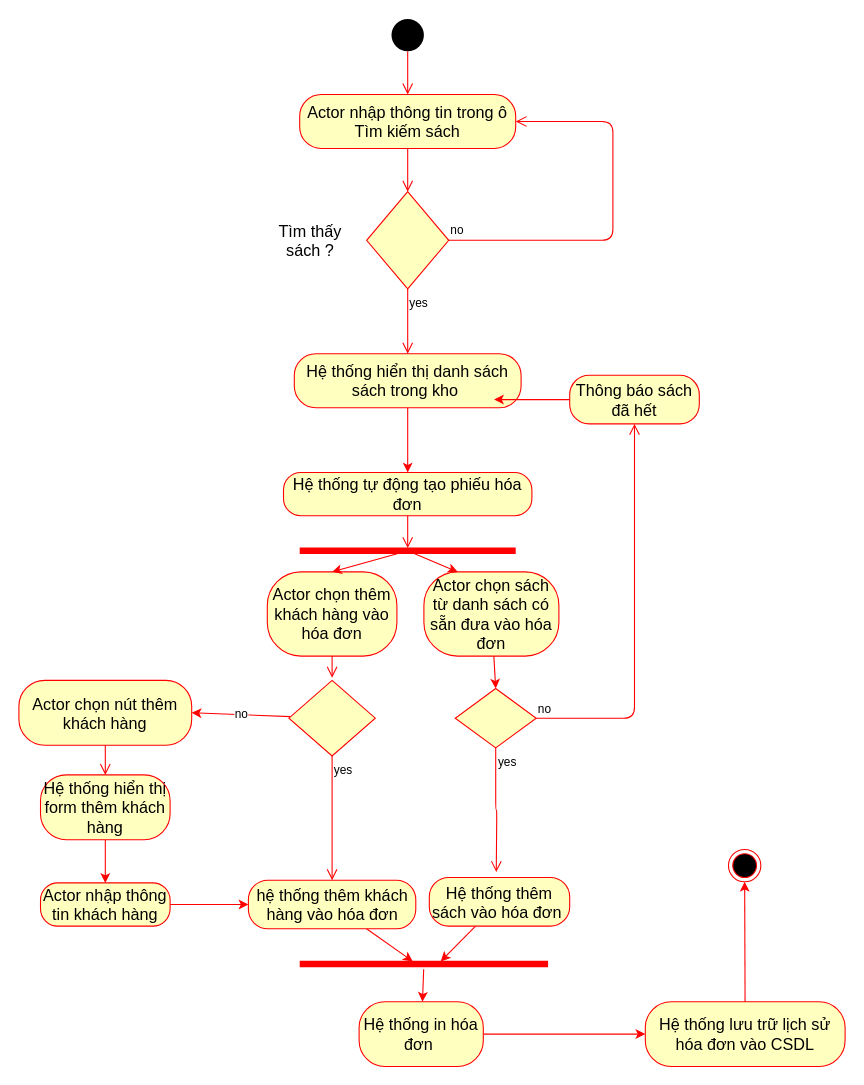
This is quản lý bán sách - chức năng Bán hàng.drawio from hoangtan123vn/congnghephanmem3, a draw.io file, before an edit. Source tidied: cells renumbered, new cells numbered last; positions are measured from the earlier drawing's top-left corner, leaving out a move shared by most shapes. Both pictures are drawn from the tidied source at 108%, with x=0, y=0 at pixel (18, 18).
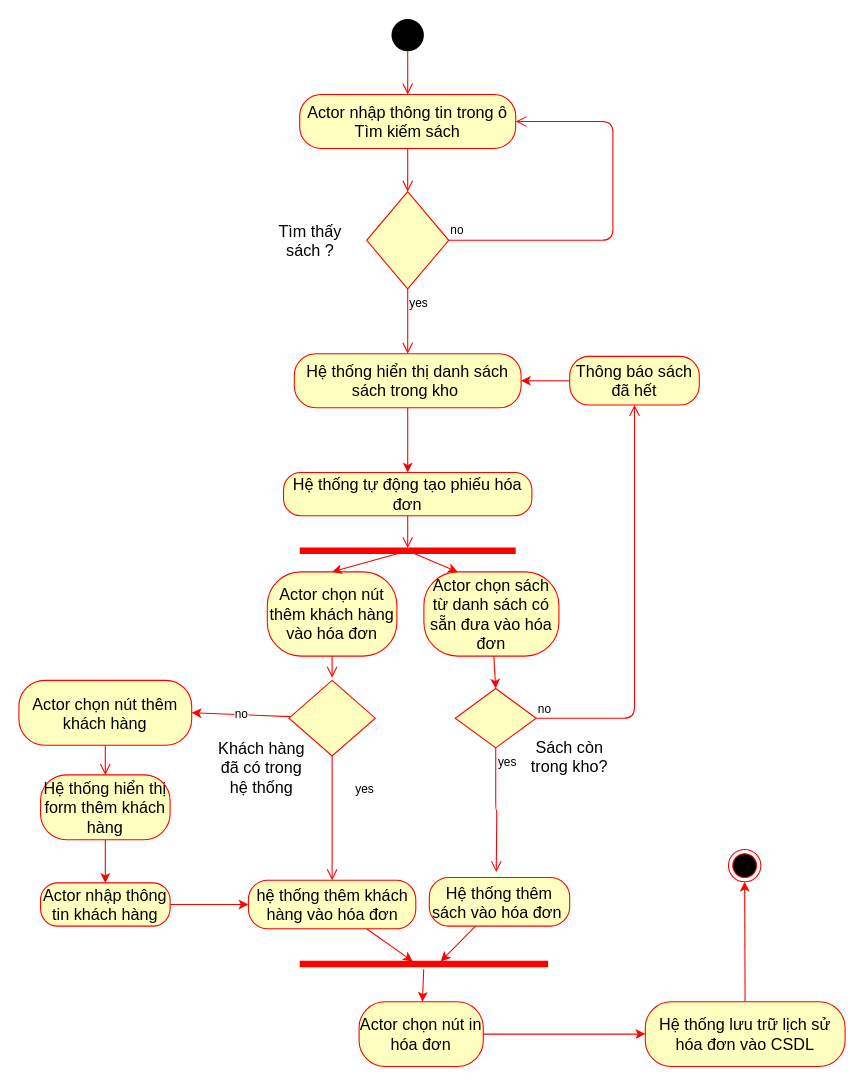
Above is the later version.

Unchanged cells that the change refers to:
```xml
<mxCell id="7" value="&lt;font style=&quot;font-size: 15px&quot;&gt;Hệ thống hiển thị danh sách sách trong kho&amp;nbsp;&lt;/font&gt;" style="rounded=1;whiteSpace=wrap;html=1;arcSize=40;fontColor=#000000;fillColor=#ffffc0;strokeColor=#ff0000;" parent="1" vertex="1">
  <mxGeometry x="255" y="310" width="210" height="50" as="geometry" />
</mxCell>
<mxCell id="26" style="rhombus;whiteSpace=wrap;html=1;fillColor=#ffffc0;strokeColor=#ff0000;" parent="1" vertex="1">
  <mxGeometry x="250" y="612.5" width="80" height="70" as="geometry" />
</mxCell>
<mxCell id="43" value="hệ thống thêm khách hàng vào hóa đơn" style="rounded=1;whiteSpace=wrap;html=1;arcSize=40;fontColor=#000000;fillColor=#ffffc0;strokeColor=#ff0000;fontSize=15;" parent="1" vertex="1">
  <mxGeometry x="212.5" y="797.5" width="155" height="45" as="geometry" />
</mxCell>
```

What changed in the source:
```diff
@@
-    <mxCell id="18" style="edgeStyle=orthogonalEdgeStyle;rounded=1;jettySize=auto;html=1;strokeColor=#FF0000;" parent="1" edge="1" source="19">
-      <mxGeometry relative="1" as="geometry">
-        <mxPoint x="440" y="352.5" as="targetPoint" />
-      </mxGeometry>
+    <mxCell id="18" style="edgeStyle=orthogonalEdgeStyle;rounded=1;jettySize=auto;html=1;strokeColor=#FF0000;entryX=1;entryY=0.5;entryDx=0;entryDy=0;" parent="1" edge="1" source="19" target="7">
+      <mxGeometry relative="1" as="geometry" />
     </mxCell>
     <mxCell id="19" value="Thông báo sách đã hết" style="rounded=1;whiteSpace=wrap;html=1;arcSize=40;fontColor=#000000;fillColor=#ffffc0;strokeColor=#ff0000;fontSize=15;" parent="1" vertex="1">
-      <mxGeometry x="510" y="330" width="120" height="45" as="geometry" />
+      <mxGeometry x="510" y="312.5" width="120" height="45" as="geometry" />
     </mxCell>
@@
-    <mxCell id="22" value="Actor chọn thêm khách hàng vào hóa đơn" style="rounded=1;whiteSpace=wrap;html=1;arcSize=40;fontColor=#000000;fillColor=#ffffc0;strokeColor=#ff0000;fontSize=15;" parent="1" vertex="1">
+    <mxCell id="22" value="Actor chọn nút thêm khách hàng vào hóa đơn" style="rounded=1;whiteSpace=wrap;html=1;arcSize=40;fontColor=#000000;fillColor=#ffffc0;strokeColor=#ff0000;fontSize=15;" parent="1" vertex="1">
       <mxGeometry x="230" y="512" width="120" height="78" as="geometry" />
     </mxCell>
@@
-    <mxCell id="38" value="Hệ thống in hóa đơn&amp;nbsp;" style="rounded=1;whiteSpace=wrap;html=1;arcSize=40;fontColor=#000000;fillColor=#ffffc0;strokeColor=#ff0000;fontSize=15;" parent="1" vertex="1">
+    <mxCell id="38" value="Actor chọn nút in hóa đơn" style="rounded=1;whiteSpace=wrap;html=1;arcSize=40;fontColor=#000000;fillColor=#ffffc0;strokeColor=#ff0000;fontSize=15;" parent="1" vertex="1">
       <mxGeometry x="315" y="910" width="115" height="60" as="geometry" />
     </mxCell>
@@
     <mxCell id="44" value="yes" style="edgeStyle=orthogonalEdgeStyle;html=1;align=left;verticalAlign=top;endArrow=open;endSize=8;strokeColor=#ff0000;" parent="1" edge="1" source="26" target="43">
-      <mxGeometry x="-1" relative="1" as="geometry">
+      <mxGeometry x="-0.7" y="20" relative="1" as="geometry">
         <Array as="points">
           <mxPoint x="290" y="740" />
           <mxPoint x="290" y="740" />
         </Array>
       </mxGeometry>
     </mxCell>
@@
+    <mxCell id="48" value="Sách còn trong kho?&lt;br&gt;" style="text;html=1;strokeColor=none;fillColor=none;align=center;verticalAlign=middle;whiteSpace=wrap;rounded=0;fontSize=15;" parent="1" vertex="1">
+      <mxGeometry x="465" y="672.5" width="90" height="20" as="geometry" />
+    </mxCell>
+    <mxCell id="49" value="Khách hàng đã có trong hệ thống" style="text;html=1;strokeColor=none;fillColor=none;align=center;verticalAlign=middle;whiteSpace=wrap;rounded=0;fontSize=15;" parent="1" vertex="1">
+      <mxGeometry x="180" y="682.5" width="90" height="20" as="geometry" />
+    </mxCell>
```
